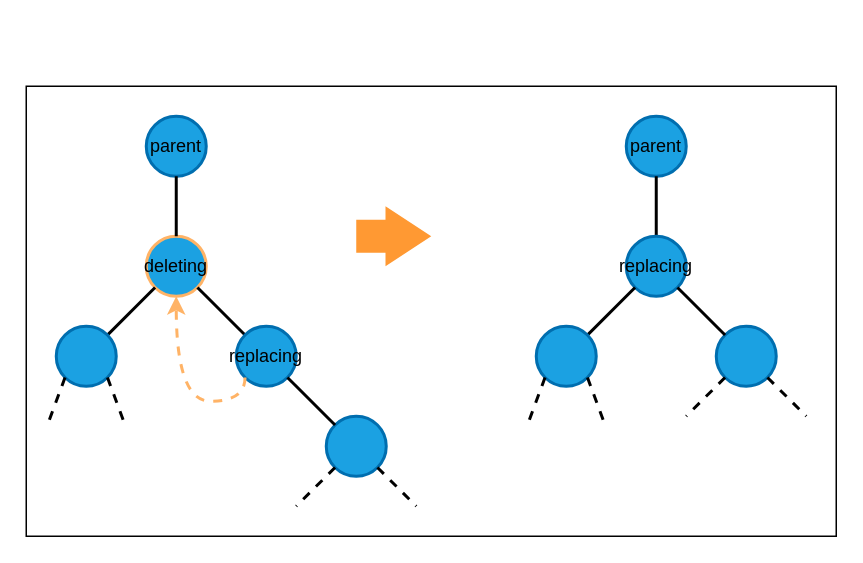
Before: page "two_children_1" (4 of 6) of diagrams/left_tbst_delete.drawio in shunsvineyard/pyforest, a draw.io diagram. Source tidied: cells renumbered, new cells numbered last; positions are measured from the earlier drawing's top-left corner, leaving out a move shared by most shapes. Both pictures are drawn from the tidied source at 150%, with x=0, y=0 at pixel (26, 86).
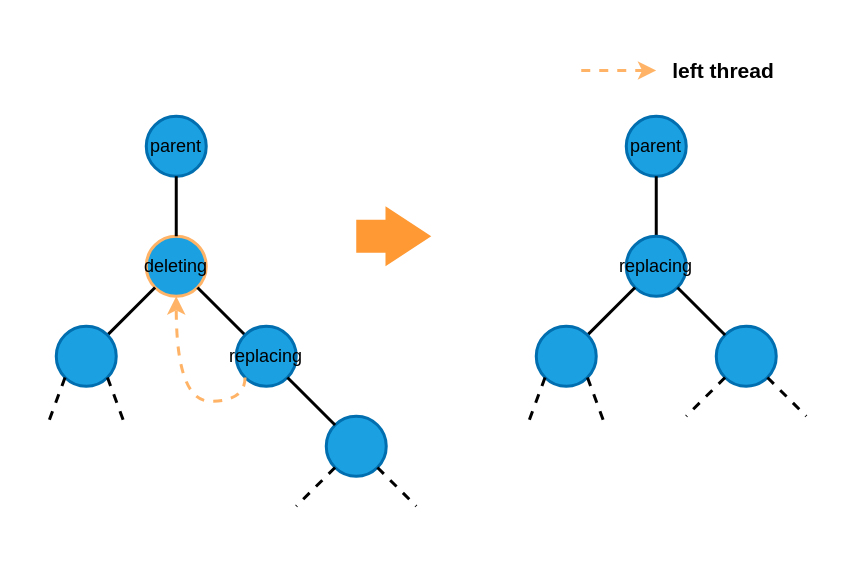
The same page after the edit.

Diff of the diagram source:
```diff
@@
-    <mxCell id="2" style="rounded=0;whiteSpace=wrap;html=1;fillColor=#FFFFFF;" parent="1" vertex="1">
-      <mxGeometry width="540" height="300" as="geometry" />
+    <mxCell id="2" style="rounded=0;whiteSpace=wrap;html=1;fillColor=#FFFFFF;strokeColor=none;" parent="1" vertex="1">
+      <mxGeometry y="-40" width="540" height="340" as="geometry" />
     </mxCell>
@@
+    <mxCell id="29" style="endArrow=classic;html=1;dashed=1;strokeColor=#FFB366;strokeWidth=2;" parent="1" edge="1">
+      <mxGeometry relative="1" as="geometry">
+        <mxPoint x="370" y="-10.5" as="sourcePoint" />
+        <mxPoint x="420" y="-10.5" as="targetPoint" />
+      </mxGeometry>
+    </mxCell>
+    <mxCell id="30" value="&lt;font color=&quot;#000000&quot; style=&quot;font-size: 14px&quot;&gt;&lt;b&gt;left thread&lt;/b&gt;&lt;/font&gt;" style="text;html=1;strokeColor=none;fillColor=none;align=center;verticalAlign=middle;whiteSpace=wrap;rounded=0;" parent="1" vertex="1">
+      <mxGeometry x="420" y="-20" width="90" height="20" as="geometry" />
+    </mxCell>
```
